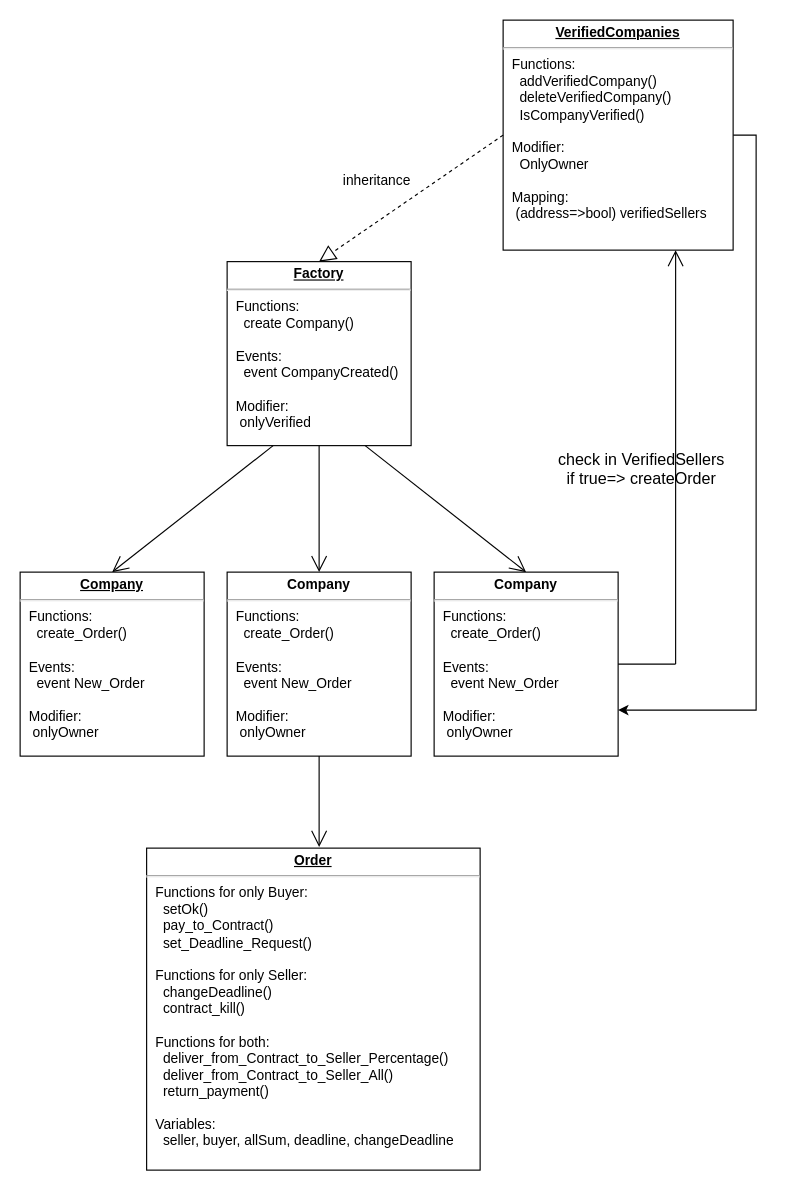
Earlier version of the draw.io diagram ProBot/Untitled Diagram.drawio (Timekiller7/Blockchain-projects). Source tidied: cells renumbered, new cells numbered last; positions are measured from the earlier drawing's top-left corner, leaving out a move shared by most shapes. Both pictures are drawn from the tidied source at 115%, with x=0, y=0 at pixel (20, 20).
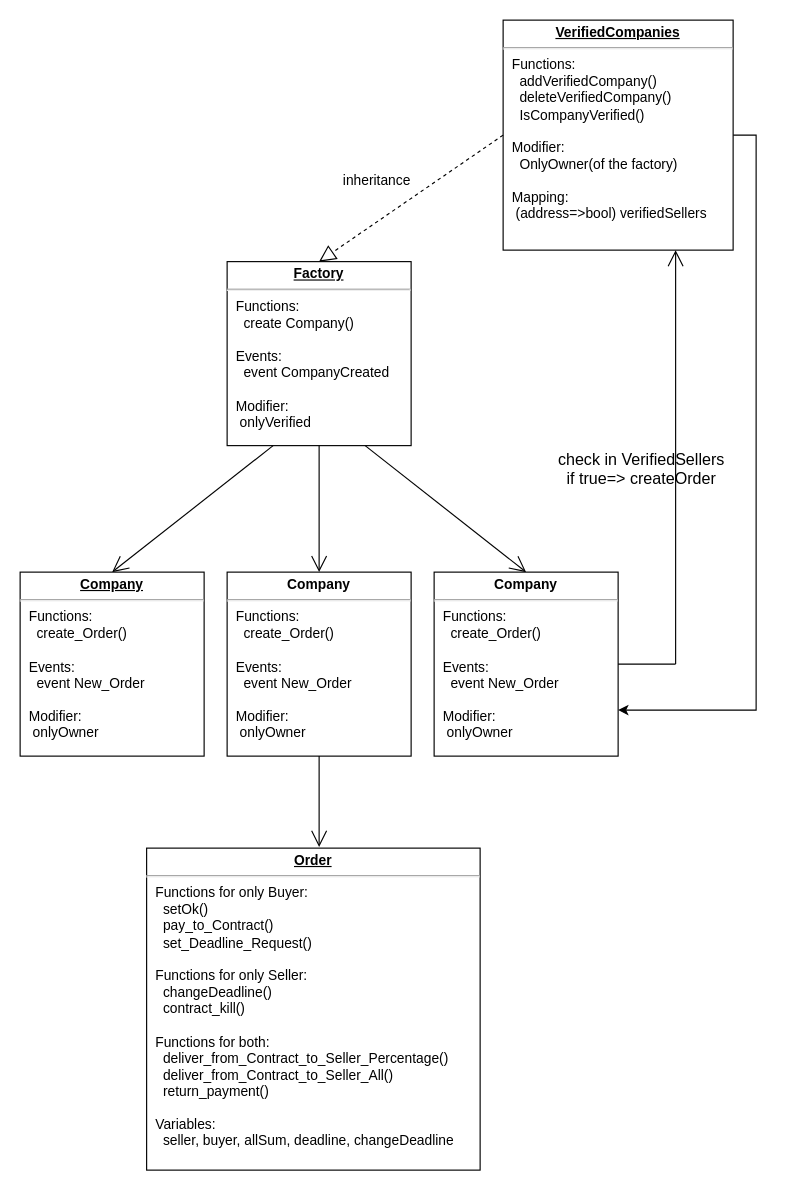
The same diagram, later.

Change to the diagram source:
```diff
@@
 <mxGraphModel>
   <root>
     <mxCell id="0" />
     <mxCell id="1" parent="0" />
-    <mxCell id="2" value="&lt;p style=&quot;margin: 0px ; margin-top: 4px ; text-align: center ; text-decoration: underline&quot;&gt;&lt;b&gt;Factory&lt;/b&gt;&lt;/p&gt;&lt;hr&gt;&lt;p style=&quot;margin: 0px ; margin-left: 8px&quot;&gt;Functions:&lt;/p&gt;&lt;p style=&quot;margin: 0px ; margin-left: 8px&quot;&gt;&amp;nbsp; create Company()&lt;/p&gt;&lt;p style=&quot;margin: 0px ; margin-left: 8px&quot;&gt;&lt;br&gt;&lt;/p&gt;&lt;p style=&quot;margin: 0px ; margin-left: 8px&quot;&gt;Events:&lt;/p&gt;&lt;p style=&quot;margin: 0px ; margin-left: 8px&quot;&gt;&amp;nbsp; event CompanyCreated()&lt;/p&gt;&lt;p style=&quot;margin: 0px ; margin-left: 8px&quot;&gt;&lt;br&gt;&lt;/p&gt;&lt;p style=&quot;margin: 0px ; margin-left: 8px&quot;&gt;Modifier:&lt;/p&gt;&lt;p style=&quot;margin: 0px ; margin-left: 8px&quot;&gt;&amp;nbsp;onlyVerified&lt;/p&gt;" style="verticalAlign=top;align=left;overflow=fill;fontSize=12;fontFamily=Helvetica;html=1;" parent="1" vertex="1">
+    <mxCell id="2" value="&lt;p style=&quot;margin: 0px ; margin-top: 4px ; text-align: center ; text-decoration: underline&quot;&gt;&lt;b&gt;Factory&lt;/b&gt;&lt;/p&gt;&lt;hr&gt;&lt;p style=&quot;margin: 0px ; margin-left: 8px&quot;&gt;Functions:&lt;/p&gt;&lt;p style=&quot;margin: 0px ; margin-left: 8px&quot;&gt;&amp;nbsp; create Company()&lt;/p&gt;&lt;p style=&quot;margin: 0px ; margin-left: 8px&quot;&gt;&lt;br&gt;&lt;/p&gt;&lt;p style=&quot;margin: 0px ; margin-left: 8px&quot;&gt;Events:&lt;/p&gt;&lt;p style=&quot;margin: 0px ; margin-left: 8px&quot;&gt;&amp;nbsp; event CompanyCreated&lt;/p&gt;&lt;p style=&quot;margin: 0px ; margin-left: 8px&quot;&gt;&lt;br&gt;&lt;/p&gt;&lt;p style=&quot;margin: 0px ; margin-left: 8px&quot;&gt;Modifier:&lt;/p&gt;&lt;p style=&quot;margin: 0px ; margin-left: 8px&quot;&gt;&amp;nbsp;onlyVerified&lt;/p&gt;" style="verticalAlign=top;align=left;overflow=fill;fontSize=12;fontFamily=Helvetica;html=1;" parent="1" vertex="1">
       <mxGeometry x="180" y="210" width="160" height="160" as="geometry" />
     </mxCell>
     <mxCell id="3" style="endArrow=open;endFill=1;endSize=12;html=1;exitX=0.25;exitY=1;exitDx=0;exitDy=0;entryX=0.5;entryY=0;entryDx=0;entryDy=0;" parent="1" edge="1" source="2" target="6">
       <mxGeometry relative="1" as="geometry" />
     </mxCell>
     <mxCell id="4" style="endArrow=open;endFill=1;endSize=12;html=1;exitX=0.5;exitY=1;exitDx=0;exitDy=0;" parent="1" edge="1" source="2">
       <mxGeometry relative="1" as="geometry">
         <mxPoint x="260" y="480" as="targetPoint" />
       </mxGeometry>
     </mxCell>
     <mxCell id="5" style="endArrow=open;endFill=1;endSize=12;html=1;exitX=0.75;exitY=1;exitDx=0;exitDy=0;entryX=0.5;entryY=0;entryDx=0;entryDy=0;" parent="1" edge="1" source="2" target="8">
       <mxGeometry relative="1" as="geometry" />
     </mxCell>
     <mxCell id="6" value="&lt;p style=&quot;margin: 0px ; margin-top: 4px ; text-align: center ; text-decoration: underline&quot;&gt;&lt;b&gt;Сompany&lt;/b&gt;&lt;/p&gt;&lt;hr&gt;&lt;p style=&quot;margin: 0px ; margin-left: 8px&quot;&gt;Functions:&lt;/p&gt;&lt;p style=&quot;margin: 0px ; margin-left: 8px&quot;&gt;&amp;nbsp; create_Order()&lt;/p&gt;&lt;p style=&quot;margin: 0px ; margin-left: 8px&quot;&gt;&lt;br&gt;&lt;/p&gt;&lt;p style=&quot;margin: 0px ; margin-left: 8px&quot;&gt;Events:&lt;/p&gt;&lt;p style=&quot;margin: 0px ; margin-left: 8px&quot;&gt;&amp;nbsp; event New_Order&lt;/p&gt;&lt;p style=&quot;margin: 0px ; margin-left: 8px&quot;&gt;&lt;br&gt;&lt;/p&gt;&lt;p style=&quot;margin: 0px ; margin-left: 8px&quot;&gt;Modifier:&lt;/p&gt;&lt;p style=&quot;margin: 0px ; margin-left: 8px&quot;&gt;&amp;nbsp;onlyOwner&lt;/p&gt;" style="verticalAlign=top;align=left;overflow=fill;fontSize=12;fontFamily=Helvetica;html=1;" parent="1" vertex="1">
       <mxGeometry y="480" width="160" height="160" as="geometry" />
     </mxCell>
     <mxCell id="7" value="&lt;p style=&quot;margin: 4px 0px 0px ; text-align: center&quot;&gt;&lt;b&gt;Сompany&lt;/b&gt;&lt;/p&gt;&lt;hr&gt;&lt;p style=&quot;margin: 0px 0px 0px 8px&quot;&gt;Functions:&lt;/p&gt;&lt;p style=&quot;margin: 0px 0px 0px 8px&quot;&gt;&amp;nbsp; create_Order()&lt;/p&gt;&lt;p style=&quot;margin: 0px 0px 0px 8px&quot;&gt;&lt;br&gt;&lt;/p&gt;&lt;p style=&quot;margin: 0px 0px 0px 8px&quot;&gt;Events:&lt;/p&gt;&lt;p style=&quot;margin: 0px 0px 0px 8px&quot;&gt;&amp;nbsp; event New_Order&lt;/p&gt;&lt;p style=&quot;margin: 0px 0px 0px 8px&quot;&gt;&lt;br&gt;&lt;/p&gt;&lt;p style=&quot;margin: 0px 0px 0px 8px&quot;&gt;Modifier:&lt;/p&gt;&lt;p style=&quot;margin: 0px 0px 0px 8px&quot;&gt;&amp;nbsp;onlyOwner&lt;/p&gt;" style="verticalAlign=top;align=left;overflow=fill;fontSize=12;fontFamily=Helvetica;html=1;" parent="1" vertex="1">
       <mxGeometry x="180" y="480" width="160" height="160" as="geometry" />
     </mxCell>
     <mxCell id="8" value="&lt;p style=&quot;margin: 4px 0px 0px ; text-align: center&quot;&gt;&lt;b&gt;Сompany&lt;/b&gt;&lt;/p&gt;&lt;hr&gt;&lt;p style=&quot;margin: 0px 0px 0px 8px&quot;&gt;Functions:&lt;/p&gt;&lt;p style=&quot;margin: 0px 0px 0px 8px&quot;&gt;&amp;nbsp; create_Order()&lt;/p&gt;&lt;p style=&quot;margin: 0px 0px 0px 8px&quot;&gt;&lt;br&gt;&lt;/p&gt;&lt;p style=&quot;margin: 0px 0px 0px 8px&quot;&gt;Events:&lt;/p&gt;&lt;p style=&quot;margin: 0px 0px 0px 8px&quot;&gt;&amp;nbsp; event New_Order&lt;/p&gt;&lt;p style=&quot;margin: 0px 0px 0px 8px&quot;&gt;&lt;br&gt;&lt;/p&gt;&lt;p style=&quot;margin: 0px 0px 0px 8px&quot;&gt;Modifier:&lt;/p&gt;&lt;p style=&quot;margin: 0px 0px 0px 8px&quot;&gt;&amp;nbsp;onlyOwner&lt;/p&gt;" style="verticalAlign=top;align=left;overflow=fill;fontSize=12;fontFamily=Helvetica;html=1;" parent="1" vertex="1">
       <mxGeometry x="360" y="480" width="160" height="160" as="geometry" />
     </mxCell>
     <mxCell id="9" style="endArrow=open;endFill=1;endSize=12;html=1;exitX=0.5;exitY=1;exitDx=0;exitDy=0;" parent="1" edge="1" source="7">
       <mxGeometry relative="1" as="geometry">
         <mxPoint x="260" y="719" as="targetPoint" />
       </mxGeometry>
     </mxCell>
     <mxCell id="10" value="&lt;p style=&quot;margin: 0px ; margin-top: 4px ; text-align: center ; text-decoration: underline&quot;&gt;&lt;b&gt;Order&lt;/b&gt;&lt;/p&gt;&lt;hr&gt;&lt;p style=&quot;margin: 0px ; margin-left: 8px&quot;&gt;Functions for only Buyer:&lt;/p&gt;&lt;p style=&quot;margin: 0px ; margin-left: 8px&quot;&gt;&amp;nbsp; setOk()&lt;/p&gt;&lt;p style=&quot;margin: 0px ; margin-left: 8px&quot;&gt;&amp;nbsp; pay_to_Contract()&lt;/p&gt;&lt;p style=&quot;margin: 0px ; margin-left: 8px&quot;&gt;&amp;nbsp; set_Deadline_Request()&lt;br&gt;&lt;/p&gt;&lt;p style=&quot;margin: 0px ; margin-left: 8px&quot;&gt;&lt;br&gt;&lt;/p&gt;&lt;p style=&quot;margin: 0px ; margin-left: 8px&quot;&gt;Functions for only Seller:&lt;br&gt;&lt;/p&gt;&lt;p style=&quot;margin: 0px ; margin-left: 8px&quot;&gt;&amp;nbsp; changeDeadline()&lt;br&gt;&lt;/p&gt;&lt;p style=&quot;margin: 0px ; margin-left: 8px&quot;&gt;&amp;nbsp;&amp;nbsp;contract_kill()&lt;/p&gt;&lt;p style=&quot;margin: 0px ; margin-left: 8px&quot;&gt;&lt;br&gt;&lt;/p&gt;&lt;p style=&quot;margin: 0px ; margin-left: 8px&quot;&gt;Functions for both:&lt;/p&gt;&lt;p style=&quot;margin: 0px ; margin-left: 8px&quot;&gt;&amp;nbsp; deliver_from_Contract_to_Seller_Percentage()&lt;br&gt;&lt;/p&gt;&lt;p style=&quot;margin: 0px ; margin-left: 8px&quot;&gt;&amp;nbsp; deliver_from_Contract_to_Seller_All()&lt;br&gt;&lt;/p&gt;&lt;p style=&quot;margin: 0px ; margin-left: 8px&quot;&gt;&amp;nbsp; return_payment()&lt;/p&gt;&lt;p style=&quot;margin: 0px ; margin-left: 8px&quot;&gt;&lt;br&gt;&lt;/p&gt;&lt;p style=&quot;margin: 0px ; margin-left: 8px&quot;&gt;Variables:&lt;/p&gt;&lt;p style=&quot;margin: 0px ; margin-left: 8px&quot;&gt;&amp;nbsp; seller, buyer, allSum, deadline, changeDeadline&lt;/p&gt;" style="verticalAlign=top;align=left;overflow=fill;fontSize=12;fontFamily=Helvetica;html=1;" parent="1" vertex="1">
       <mxGeometry x="110" y="720" width="290" height="280" as="geometry" />
     </mxCell>
     <mxCell id="11" style="edgeStyle=orthogonalEdgeStyle;rounded=0;jettySize=auto;html=1;exitX=1;exitY=0.5;exitDx=0;exitDy=0;entryX=1;entryY=0.75;entryDx=0;entryDy=0;" parent="1" edge="1" source="12" target="8">
       <mxGeometry relative="1" as="geometry" />
     </mxCell>
-    <mxCell id="12" value="&lt;p style=&quot;margin: 0px ; margin-top: 4px ; text-align: center ; text-decoration: underline&quot;&gt;&lt;b&gt;VerifiedCompanies&lt;/b&gt;&lt;/p&gt;&lt;hr&gt;&lt;p style=&quot;margin: 0px ; margin-left: 8px&quot;&gt;Functions:&lt;/p&gt;&lt;p style=&quot;margin: 0px ; margin-left: 8px&quot;&gt;&amp;nbsp; addVerifiedCompany()&lt;/p&gt;&lt;p style=&quot;margin: 0px ; margin-left: 8px&quot;&gt;&amp;nbsp;&amp;nbsp;deleteVerifiedCompany()&lt;/p&gt;&lt;p style=&quot;margin: 0px ; margin-left: 8px&quot;&gt;&amp;nbsp; IsCompanyVerified()&lt;/p&gt;&lt;p style=&quot;margin: 0px ; margin-left: 8px&quot;&gt;&lt;br&gt;&lt;/p&gt;&lt;p style=&quot;margin: 0px ; margin-left: 8px&quot;&gt;Modifier:&lt;/p&gt;&lt;p style=&quot;margin: 0px ; margin-left: 8px&quot;&gt;&amp;nbsp; OnlyOwner&lt;/p&gt;&lt;p style=&quot;margin: 0px ; margin-left: 8px&quot;&gt;&lt;br&gt;&lt;/p&gt;&lt;p style=&quot;margin: 0px ; margin-left: 8px&quot;&gt;Mapping:&lt;/p&gt;&lt;p style=&quot;margin: 0px ; margin-left: 8px&quot;&gt;&amp;nbsp;(address=&amp;gt;bool) verifiedSellers&lt;br&gt;&lt;/p&gt;" style="verticalAlign=top;align=left;overflow=fill;fontSize=12;fontFamily=Helvetica;html=1;" parent="1" vertex="1">
+    <mxCell id="12" value="&lt;p style=&quot;margin: 0px ; margin-top: 4px ; text-align: center ; text-decoration: underline&quot;&gt;&lt;b&gt;VerifiedCompanies&lt;/b&gt;&lt;/p&gt;&lt;hr&gt;&lt;p style=&quot;margin: 0px ; margin-left: 8px&quot;&gt;Functions:&lt;/p&gt;&lt;p style=&quot;margin: 0px ; margin-left: 8px&quot;&gt;&amp;nbsp; addVerifiedCompany()&lt;/p&gt;&lt;p style=&quot;margin: 0px ; margin-left: 8px&quot;&gt;&amp;nbsp;&amp;nbsp;deleteVerifiedCompany()&lt;/p&gt;&lt;p style=&quot;margin: 0px ; margin-left: 8px&quot;&gt;&amp;nbsp; IsCompanyVerified()&lt;/p&gt;&lt;p style=&quot;margin: 0px ; margin-left: 8px&quot;&gt;&lt;br&gt;&lt;/p&gt;&lt;p style=&quot;margin: 0px ; margin-left: 8px&quot;&gt;Modifier:&lt;/p&gt;&lt;p style=&quot;margin: 0px ; margin-left: 8px&quot;&gt;&amp;nbsp; OnlyOwner(of the factory)&lt;/p&gt;&lt;p style=&quot;margin: 0px ; margin-left: 8px&quot;&gt;&lt;br&gt;&lt;/p&gt;&lt;p style=&quot;margin: 0px ; margin-left: 8px&quot;&gt;Mapping:&lt;/p&gt;&lt;p style=&quot;margin: 0px ; margin-left: 8px&quot;&gt;&amp;nbsp;(address=&amp;gt;bool) verifiedSellers&lt;br&gt;&lt;/p&gt;" style="verticalAlign=top;align=left;overflow=fill;fontSize=12;fontFamily=Helvetica;html=1;" parent="1" vertex="1">
       <mxGeometry x="420" width="200" height="200" as="geometry" />
     </mxCell>
     <mxCell id="13" style="endArrow=block;dashed=1;endFill=0;endSize=12;html=1;entryX=0.5;entryY=0;entryDx=0;entryDy=0;exitX=0;exitY=0.5;exitDx=0;exitDy=0;" parent="1" edge="1" source="12" target="2">
       <mxGeometry relative="1" as="geometry" />
     </mxCell>
     <mxCell id="14" value="inheritance" style="text;html=1;align=center;verticalAlign=middle;strokeColor=none;" parent="1" vertex="1">
       <mxGeometry x="275" y="130" width="70" height="20" as="geometry" />
     </mxCell>
     <mxCell id="15" style="line;strokeWidth=1;fillColor=none;align=left;verticalAlign=middle;spacingTop=-1;spacingLeft=3;spacingRight=3;labelPosition=right;" parent="1" vertex="1">
       <mxGeometry x="520" y="556" width="50" height="8" as="geometry" />
     </mxCell>
     <mxCell id="16" style="endArrow=open;endFill=1;endSize=12;html=1;entryX=0.75;entryY=1;entryDx=0;entryDy=0;" parent="1" edge="1" target="12">
       <mxGeometry relative="1" as="geometry">
         <mxPoint x="570" y="560" as="sourcePoint" />
       </mxGeometry>
     </mxCell>
     <mxCell id="17" value="&lt;font style=&quot;font-size: 14px&quot;&gt;check in VerifiedSellers&lt;br&gt;if true=&amp;gt; createOrder&lt;/font&gt;" style="text;html=1;align=center;verticalAlign=middle;strokeColor=none;" parent="1" vertex="1">
       <mxGeometry x="460" y="370" width="160" height="40" as="geometry" />
     </mxCell>
   </root>
 </mxGraphModel>
```
